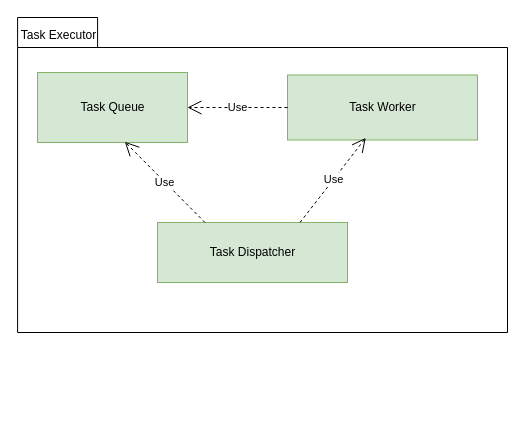
Above: page "executor" (2 of 17) of doc/SA cert/Design/performance_async.drawio in taikt/codefun (draw.io), before the change. Source tidied: cells renumbered, new cells numbered last; positions are measured from the earlier drawing's top-left corner, leaving out a move shared by most shapes. Both pictures are drawn from the tidied source at 100%, with x=0, y=0 at pixel (17, 17).
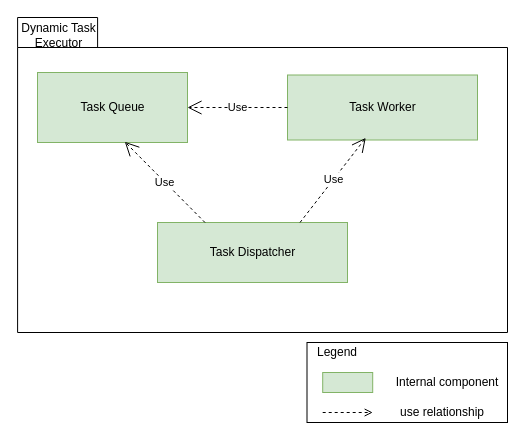
The same diagram, later.

The edit, as a diff of the source:
```diff
@@
 <mxGraphModel>
   <root>
     <mxCell id="0" />
     <mxCell id="1" parent="0" />
     <mxCell id="2" style="shape=folder;fontStyle=1;tabWidth=80;tabHeight=30;tabPosition=left;html=1;boundedLbl=1;" parent="1" vertex="1">
       <mxGeometry x="0.1" width="489.9" height="315" as="geometry" />
     </mxCell>
-    <mxCell id="3" value="Task Executor" style="text;html=1;strokeColor=none;fillColor=none;align=center;verticalAlign=middle;whiteSpace=wrap;rounded=0;" parent="1" vertex="1">
+    <mxCell id="3" value="Dynamic Task Executor" style="text;html=1;strokeColor=none;fillColor=none;align=center;verticalAlign=middle;whiteSpace=wrap;rounded=0;" parent="1" vertex="1">
       <mxGeometry x="0.1" y="8.9" width="82.7" height="17.8" as="geometry" />
     </mxCell>
     <mxCell id="4" value="Task Queue" style="html=1;fillColor=#d5e8d4;strokeColor=#82b366;" parent="1" vertex="1">
       <mxGeometry x="20" y="55" width="150" height="70" as="geometry" />
     </mxCell>
     <mxCell id="5" value="Task Dispatcher" style="html=1;fillColor=#d5e8d4;strokeColor=#82b366;" parent="1" vertex="1">
       <mxGeometry x="140" y="205" width="190" height="60" as="geometry" />
     </mxCell>
     <mxCell id="6" value="Task Worker" style="html=1;fillColor=#d5e8d4;strokeColor=#82b366;" parent="1" vertex="1">
       <mxGeometry x="270" y="57.5" width="190" height="65" as="geometry" />
     </mxCell>
     <mxCell id="7" value="Use" style="endArrow=open;endSize=12;dashed=1;html=1;rounded=0;exitX=0.25;exitY=0;exitDx=0;exitDy=0;entryX=0.582;entryY=0.99;entryDx=0;entryDy=0;entryPerimeter=0;" parent="1" edge="1" source="5" target="4">
       <mxGeometry relative="1" as="geometry" />
     </mxCell>
     <mxCell id="8" value="Use" style="endArrow=open;endSize=12;dashed=1;html=1;rounded=0;exitX=0.75;exitY=0;exitDx=0;exitDy=0;entryX=0.412;entryY=0.967;entryDx=0;entryDy=0;entryPerimeter=0;" parent="1" edge="1" source="5" target="6">
       <mxGeometry relative="1" as="geometry" />
     </mxCell>
     <mxCell id="9" value="Use" style="endArrow=open;endSize=12;dashed=1;html=1;rounded=0;exitX=0;exitY=0.5;exitDx=0;exitDy=0;entryX=1;entryY=0.5;entryDx=0;entryDy=0;" parent="1" edge="1" source="6" target="4">
       <mxGeometry relative="1" as="geometry" />
     </mxCell>
+    <mxCell id="10" style="rounded=0;whiteSpace=wrap;html=1;" parent="1" vertex="1">
+      <mxGeometry x="289.5" y="325" width="200.5" height="80" as="geometry" />
+    </mxCell>
+    <mxCell id="11" value="Legend" style="text;html=1;strokeColor=none;fillColor=none;align=center;verticalAlign=middle;whiteSpace=wrap;rounded=0;" parent="1" vertex="1">
+      <mxGeometry x="299.5" y="325" width="40" height="20" as="geometry" />
+    </mxCell>
+    <mxCell id="12" style="rounded=0;whiteSpace=wrap;html=1;fillColor=#d5e8d4;strokeColor=#82b366;" parent="1" vertex="1">
+      <mxGeometry x="305.2" y="355" width="50" height="20" as="geometry" />
+    </mxCell>
+    <mxCell id="13" value="Internal component" style="text;html=1;strokeColor=none;fillColor=none;align=center;verticalAlign=middle;whiteSpace=wrap;rounded=0;" parent="1" vertex="1">
+      <mxGeometry x="370" y="355" width="120" height="20" as="geometry" />
+    </mxCell>
+    <mxCell id="14" style="endArrow=open;html=1;rounded=0;endFill=0;dashed=1;" parent="1" edge="1">
+      <mxGeometry relative="1" as="geometry">
+        <mxPoint x="305.2" y="395" as="sourcePoint" />
+        <mxPoint x="355.2" y="395" as="targetPoint" />
+      </mxGeometry>
+    </mxCell>
+    <mxCell id="15" value="use relationship" style="text;html=1;strokeColor=none;fillColor=none;align=center;verticalAlign=middle;whiteSpace=wrap;rounded=0;" parent="1" vertex="1">
+      <mxGeometry x="370" y="385" width="110" height="20" as="geometry" />
+    </mxCell>
   </root>
 </mxGraphModel>
```
